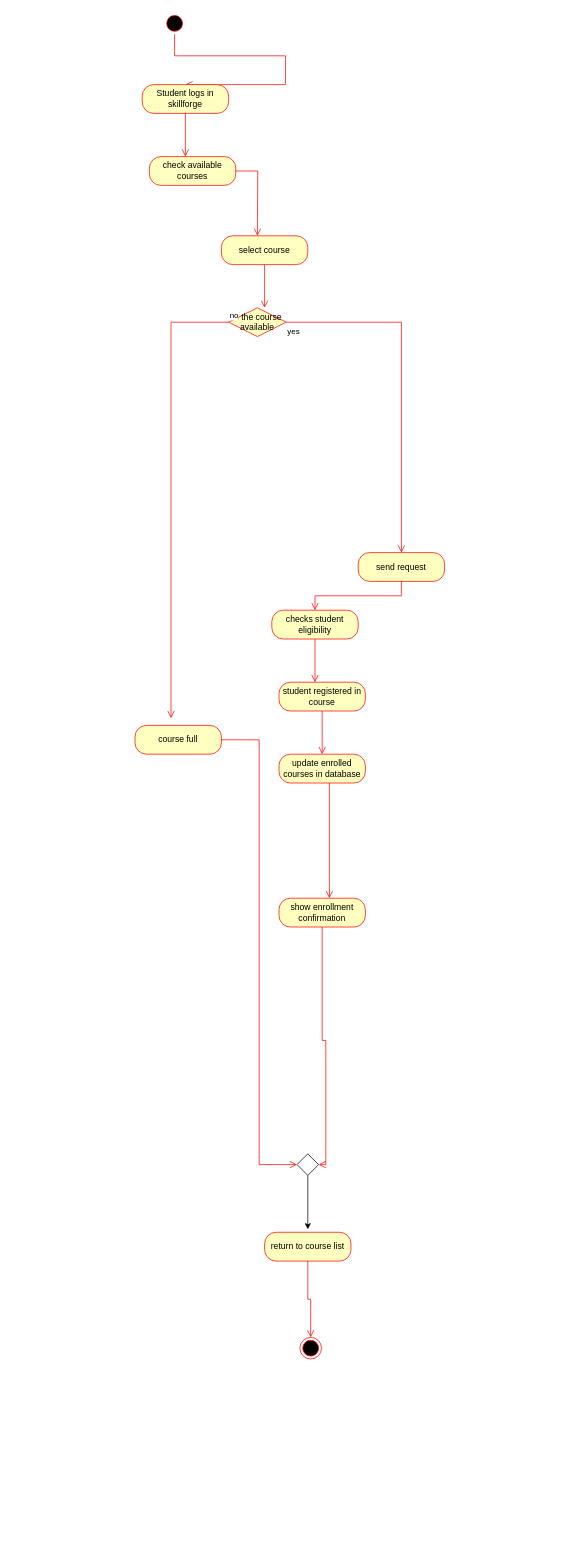
The draw.io diagram Activity_Diagram/Activity.drawio in 23010477/Lab6_SkillForge, before the edit. Source tidied: cells renumbered, new cells numbered last; positions are measured from the earlier drawing's top-left corner, leaving out a move shared by most shapes. Both pictures are drawn from the tidied source at 72%, with x=0, y=0 at pixel (135, 12).
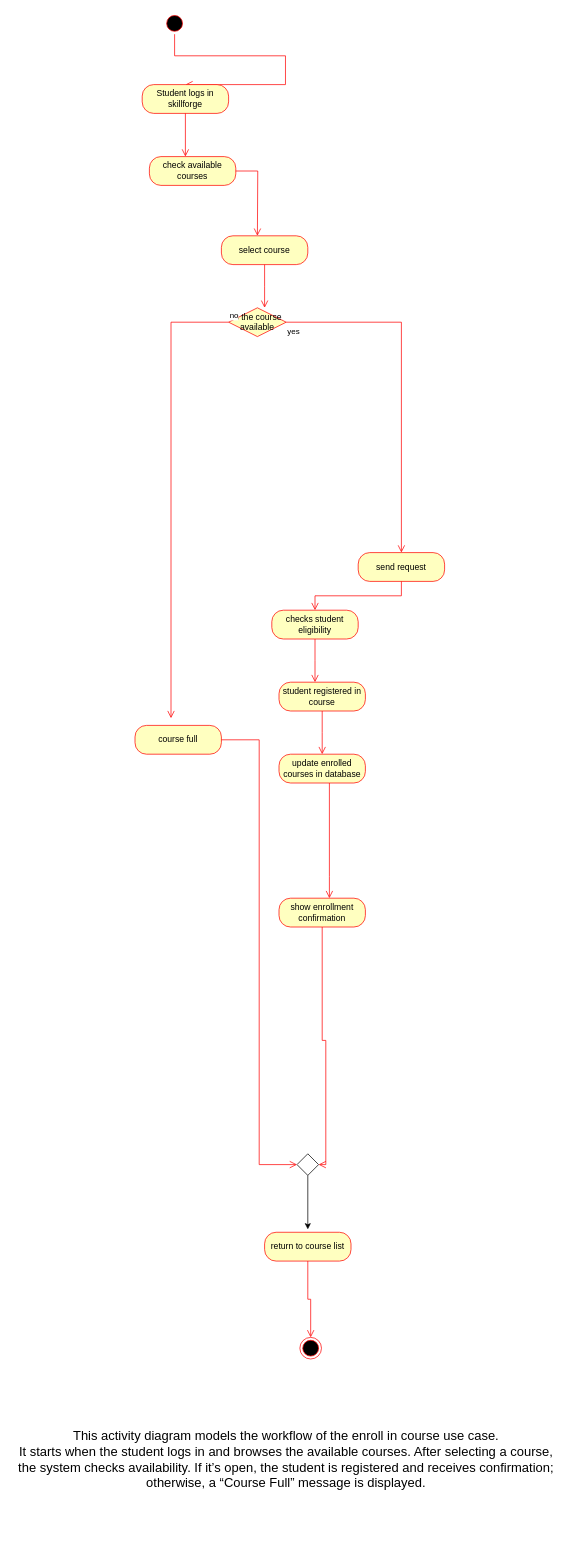
After the change.

The edit, as a diff of the source:
```diff
@@
+    <mxCell id="30" value="&lt;font style=&quot;font-size: 18px;&quot;&gt;This activity diagram&amp;nbsp;models the workflow of the enroll in course&amp;nbsp;use case.&lt;br&gt;It starts when the student logs in and browses the available courses. After selecting a course, the system checks availability. If it’s open, the student is registered and receives confirmation; otherwise, a “Course Full” message is displayed.&lt;/font&gt;" style="text;html=1;whiteSpace=wrap;strokeColor=none;fillColor=none;align=center;verticalAlign=middle;rounded=0;" parent="1" vertex="1">
+      <mxGeometry x="-170" y="1890" width="760" height="240" as="geometry" />
+    </mxCell>
```
